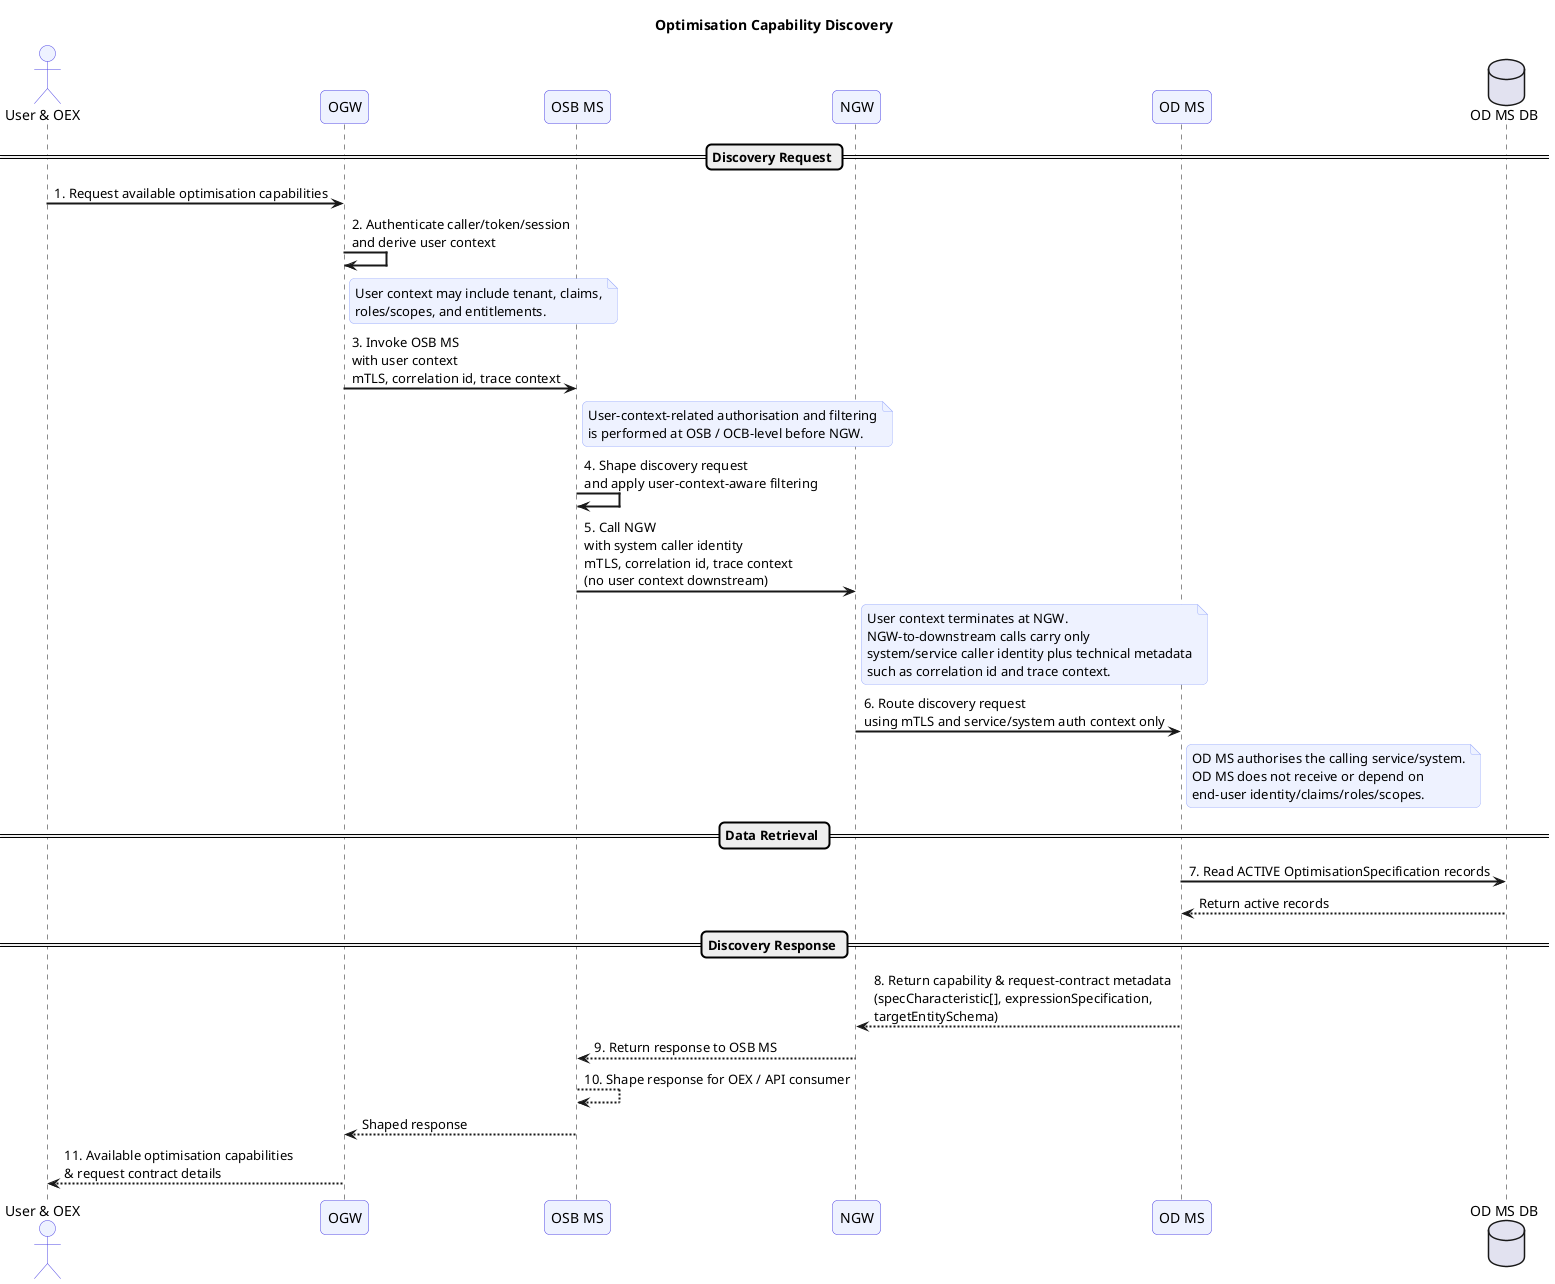
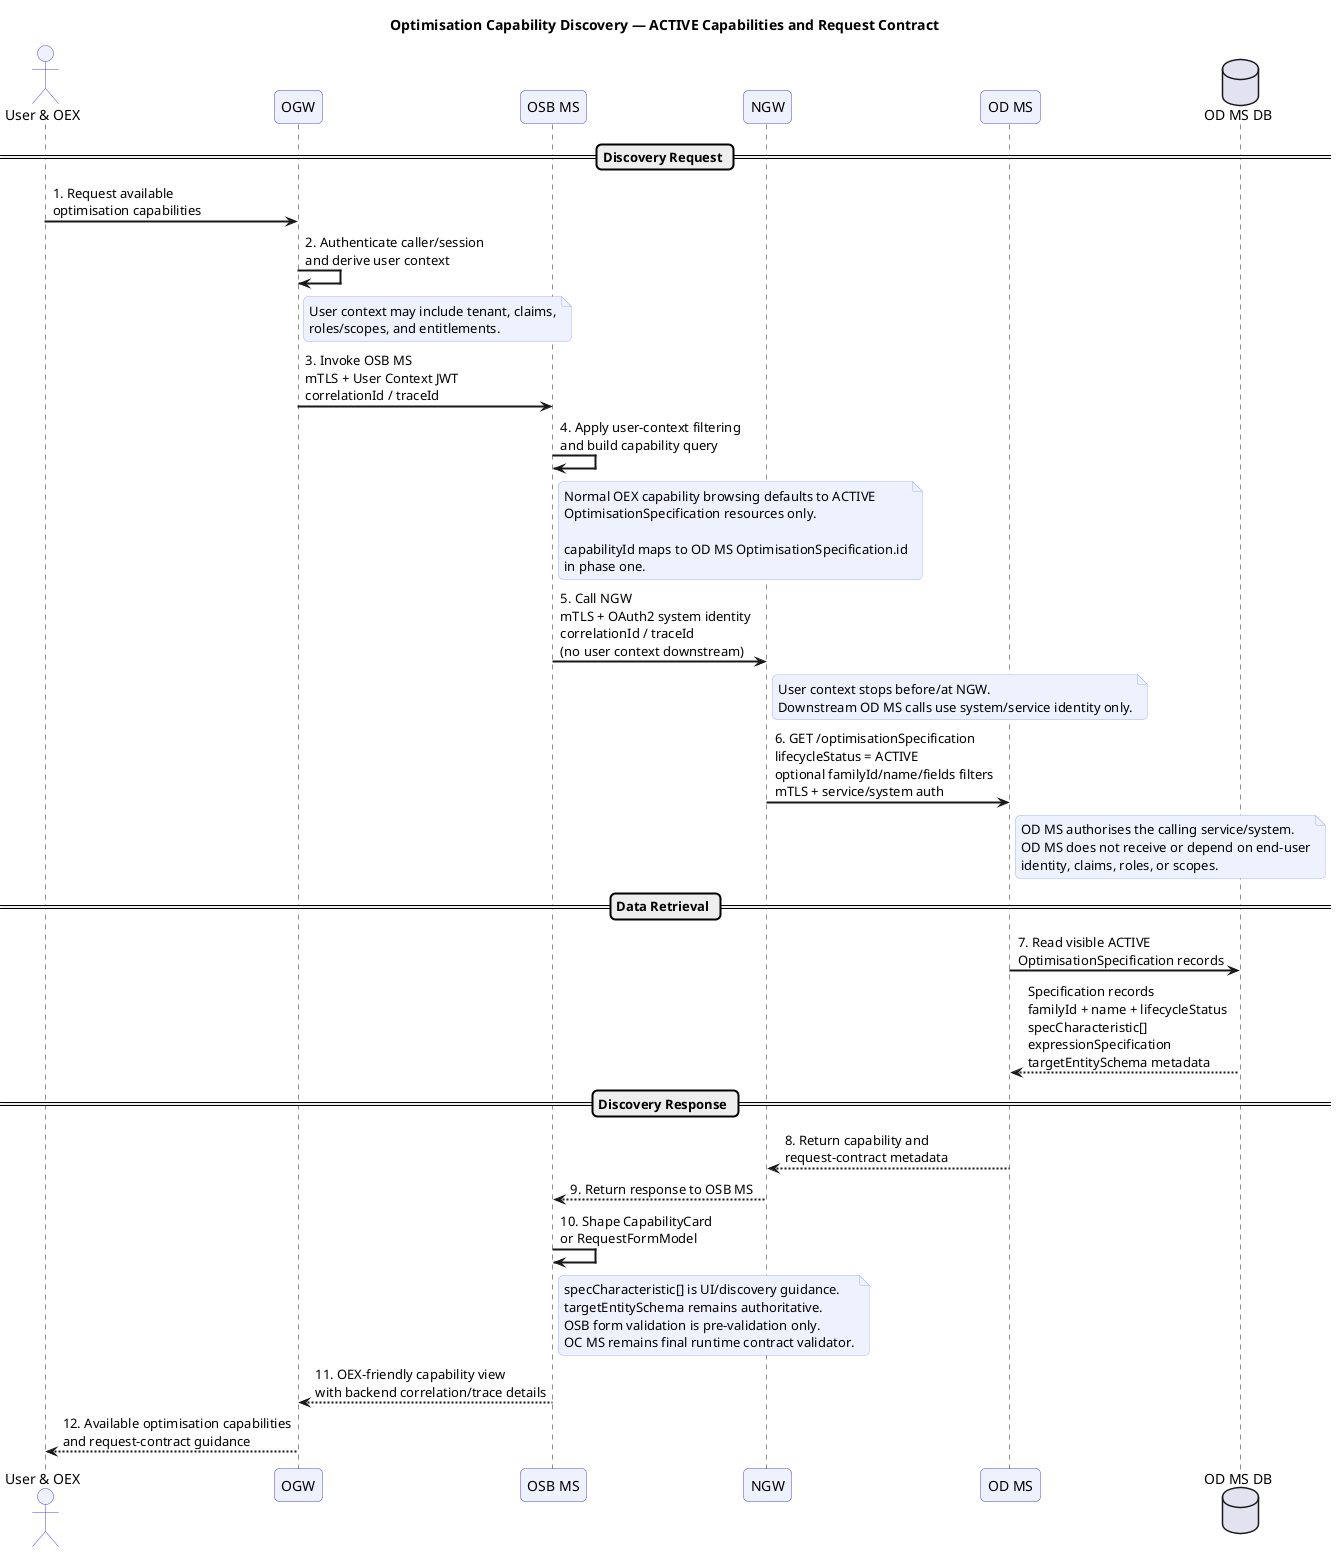
@startuml
- title Optimisation Capability Discovery
+ title Optimisation Capability Discovery — ACTIVE Capabilities and Request Contract

skinparam sequenceArrowThickness 2
skinparam roundcorner 10
skinparam sequenceParticipantBackgroundColor #EEF2FF
skinparam sequenceParticipantBorderColor #4F46E5
skinparam sequenceActorBackgroundColor #EEF2FF
skinparam sequenceActorBorderColor #4F46E5
skinparam noteBorderColor #A5B4FC
skinparam noteBackgroundColor #EEF2FF

- actor "User & OEX " as Caller
+ actor "User & OEX" as Caller
participant "OGW" as OGW
participant "OSB MS" as OSB
participant "NGW" as NGW
participant "OD MS" as ODMS
database "OD MS DB" as ODDB

== Discovery Request ==

- Caller -> OGW : 1. Request available optimisation capabilities
- OGW -> OGW : 2. Authenticate caller/token/session\nand derive user context
+ Caller -> OGW : 1. Request available\noptimisation capabilities
+ OGW -> OGW : 2. Authenticate caller/session\nand derive user context
+ 
note right of OGW
User context may include tenant, claims,
roles/scopes, and entitlements.
end note

- OGW -> OSB : 3. Invoke OSB MS\nwith user context\nmTLS, correlation id, trace context
+ OGW -> OSB : 3. Invoke OSB MS\nmTLS + User Context JWT\ncorrelationId / traceId
+ 
+ OSB -> OSB : 4. Apply user-context filtering\nand build capability query
+ 
note right of OSB
- User-context-related authorisation and filtering
- is performed at OSB / OCB-level before NGW.
+ Normal OEX capability browsing defaults to ACTIVE
+ OptimisationSpecification resources only.
+ 
+ capabilityId maps to OD MS OptimisationSpecification.id
+ in phase one.
end note

- OSB -> OSB : 4. Shape discovery request\nand apply user-context-aware filtering
- OSB -> NGW : 5. Call NGW\nwith system caller identity\nmTLS, correlation id, trace context\n(no user context downstream)
+ OSB -> NGW : 5. Call NGW\nmTLS + OAuth2 system identity\ncorrelationId / traceId\n(no user context downstream)
+ 
note right of NGW
- User context terminates at NGW.
- NGW-to-downstream calls carry only
- system/service caller identity plus technical metadata
- such as correlation id and trace context.
+ User context stops before/at NGW.
+ Downstream OD MS calls use system/service identity only.
end note

- NGW -> ODMS : 6. Route discovery request\nusing mTLS and service/system auth context only
+ NGW -> ODMS : 6. GET /optimisationSpecification\nlifecycleStatus = ACTIVE\noptional familyId/name/fields filters\nmTLS + service/system auth
+ 
note right of ODMS
OD MS authorises the calling service/system.
- OD MS does not receive or depend on
- end-user identity/claims/roles/scopes.
+ OD MS does not receive or depend on end-user
+ identity, claims, roles, or scopes.
end note

== Data Retrieval ==

- ODMS -> ODDB : 7. Read ACTIVE OptimisationSpecification records
- ODDB --> ODMS : Return active records
+ ODMS -> ODDB : 7. Read visible ACTIVE\nOptimisationSpecification records
+ ODDB --> ODMS : Specification records\nfamilyId + name + lifecycleStatus\nspecCharacteristic[]\nexpressionSpecification\ntargetEntitySchema metadata

== Discovery Response ==

- ODMS --> NGW : 8. Return capability & request-contract metadata\n(specCharacteristic[], expressionSpecification,\ntargetEntitySchema)
+ ODMS --> NGW : 8. Return capability and\nrequest-contract metadata
NGW --> OSB : 9. Return response to OSB MS
- OSB --> OSB : 10. Shape response for OEX / API consumer
- OSB --> OGW : Shaped response
- OGW --> Caller : 11. Available optimisation capabilities\n& request contract details
+ 
+ OSB -> OSB : 10. Shape CapabilityCard\nor RequestFormModel
+ 
+ note right of OSB
+ specCharacteristic[] is UI/discovery guidance.
+ targetEntitySchema remains authoritative.
+ OSB form validation is pre-validation only.
+ OC MS remains final runtime contract validator.
+ end note
+ 
+ OSB --> OGW : 11. OEX-friendly capability view\nwith backend correlation/trace details
+ OGW --> Caller : 12. Available optimisation capabilities\nand request-contract guidance

@enduml
